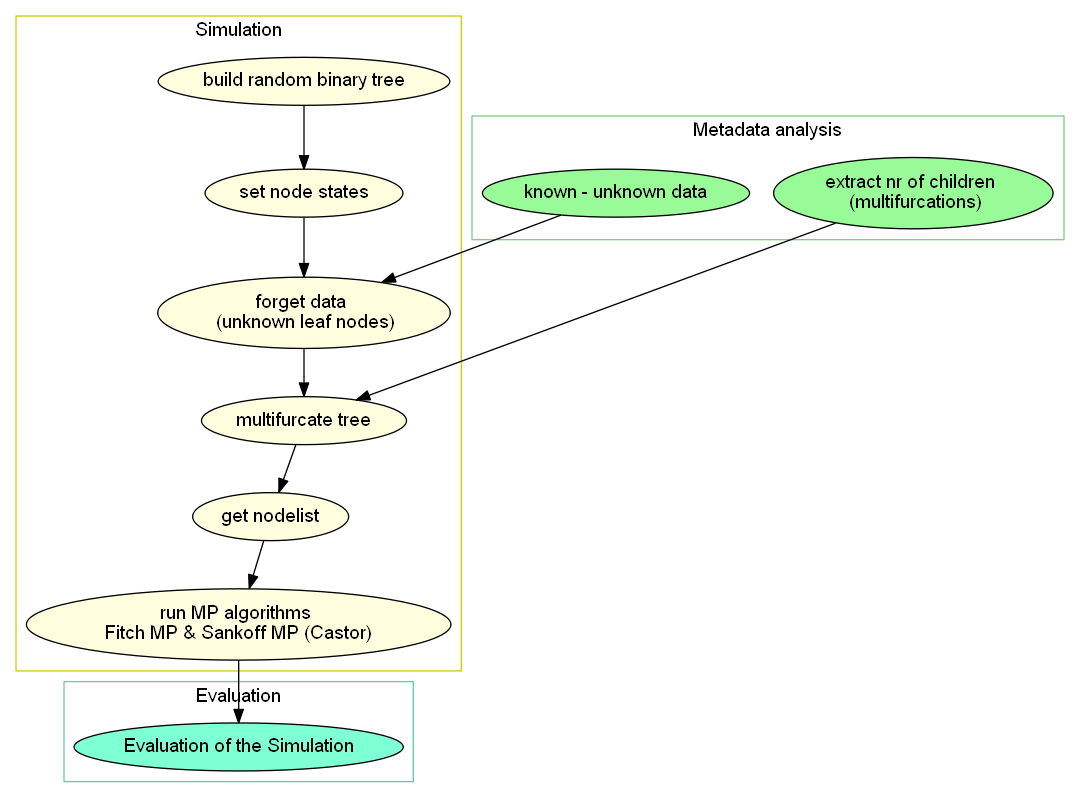
Before: Paper - Latex/Figures/Workflow-Simulation.png, a diagram exported from Graphviz (Irallia/IZW-HU-Parasites). Its source is kept beside it as Paper - Latex/Figures/Workflow-Simulation.gv.
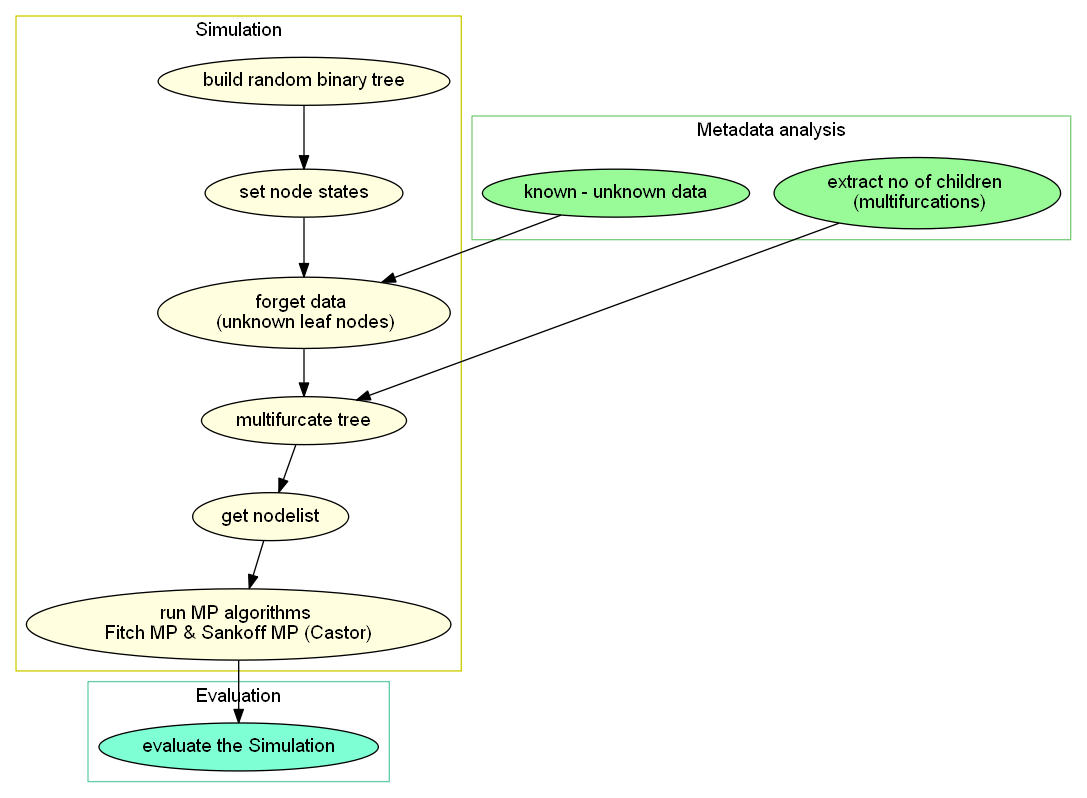
Later version of the same file.

The edit, as a diff of the source:
```diff
@@ -11,7 +11,7 @@
 	}
 
 	c0 [label = "known - unknown data"]
-	c2 [label = "extract nr of children \n (multifurcations)"]
+	c2 [label = "extract no of children \n (multifurcations)"]
 
 	subgraph cluster_3 {
 		label = "Simulation";
@@ -34,7 +34,7 @@
 		f3;
 	}
 
-	f3 [label = "Evaluation of the Simulation"]
+	f3 [label = "evaluate the Simulation"]
 
 	c0 -> d2;
 	c2 -> d3;
```
